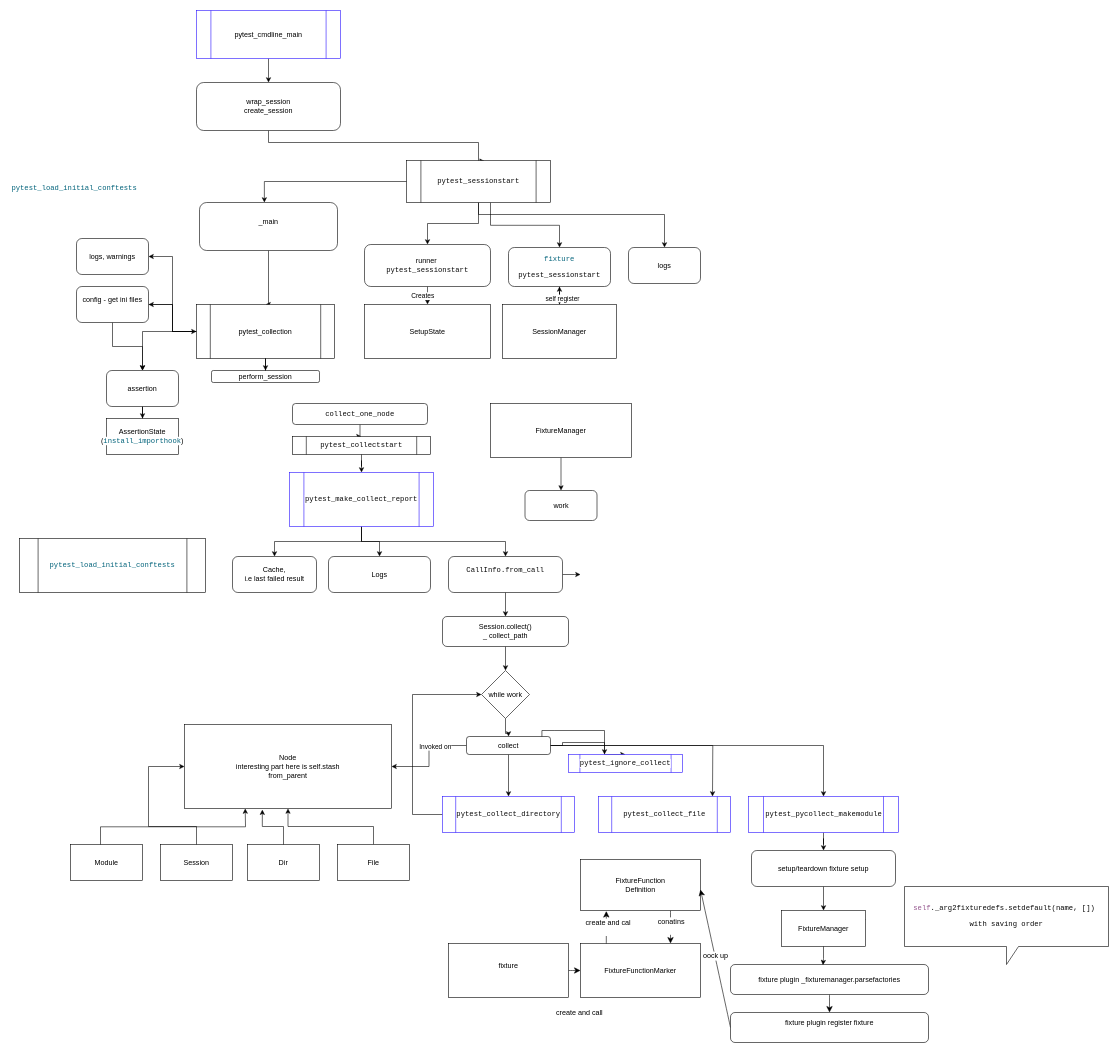
Above: Диаграмма без названия.drawio in Tusenka/test (draw.io), before the change. Source tidied: cells renumbered, new cells numbered last; positions are measured from the earlier drawing's top-left corner, leaving out a move shared by most shapes. Both pictures are drawn from the tidied source at 60%, with x=0, y=0 at pixel (10, 10).
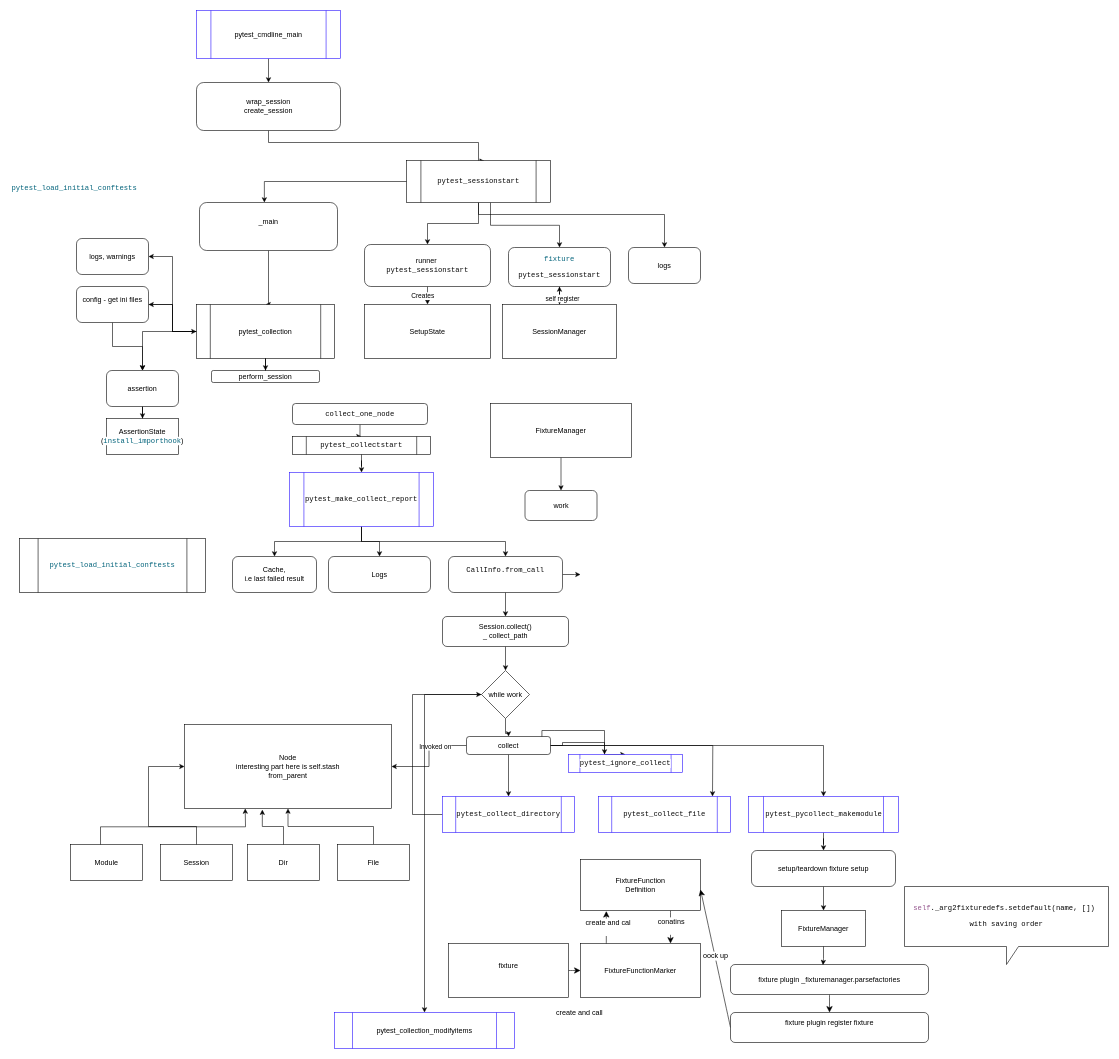
After the change.

Unchanged cells that the change refers to:
```xml
<mxCell id="65" value="while work" style="rhombus;whiteSpace=wrap;html=1;" parent="1" vertex="1">
  <mxGeometry x="785" y="1100" width="80" height="80" as="geometry" />
</mxCell>
```

Diff of the diagram source:
```diff
@@
+    <mxCell id="101" value="pytest_collection_modifyitems" style="shape=process;whiteSpace=wrap;html=1;backgroundOutline=1;strokeColor=#2911FF;" parent="1" vertex="1">
+      <mxGeometry x="540" y="1670" width="300" height="60" as="geometry" />
+    </mxCell>
+    <mxCell id="102" style="edgeStyle=orthogonalEdgeStyle;rounded=0;jettySize=auto;html=1;entryX=0.5;entryY=0;entryDx=0;entryDy=0;exitX=0;exitY=0.5;exitDx=0;exitDy=0;" parent="1" edge="1" source="65" target="101">
+      <mxGeometry relative="1" as="geometry" />
+    </mxCell>
```
